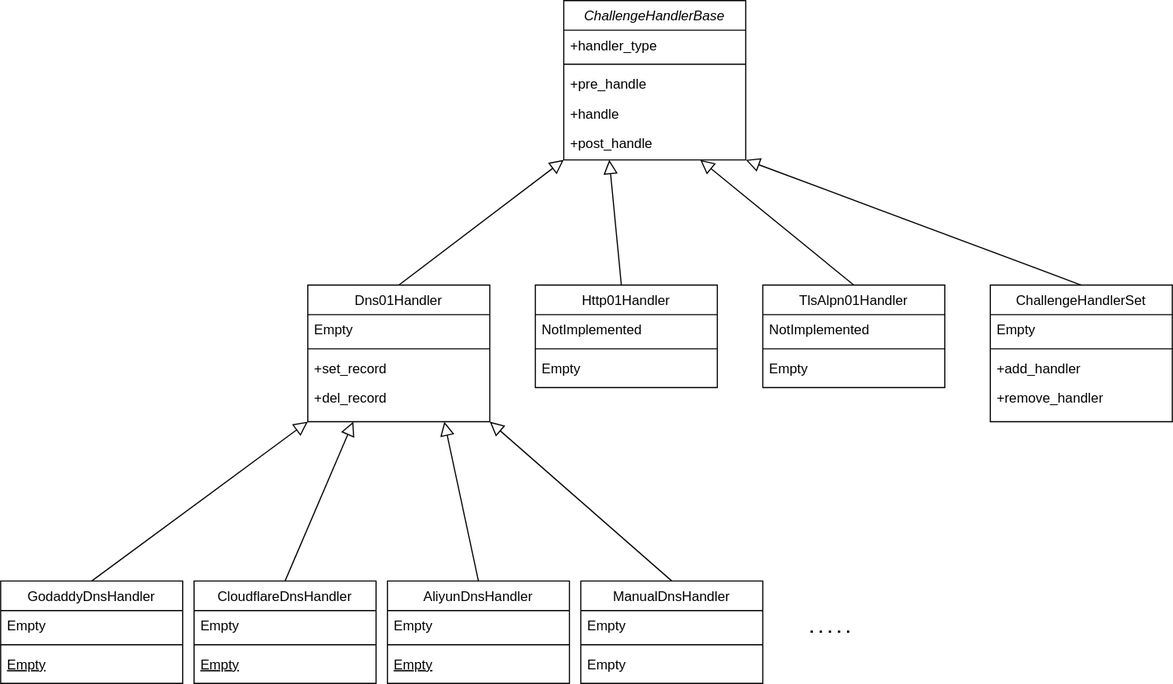
Above: docs/raw/developer/challenge_handlers/ChallengeHandler.drawio.svg in CBPJ/AcmeN (draw.io), before the change. Source tidied: cells renumbered, new cells last; positions are measured from the earlier drawing's top-left corner, leaving out a move shared by most shapes.
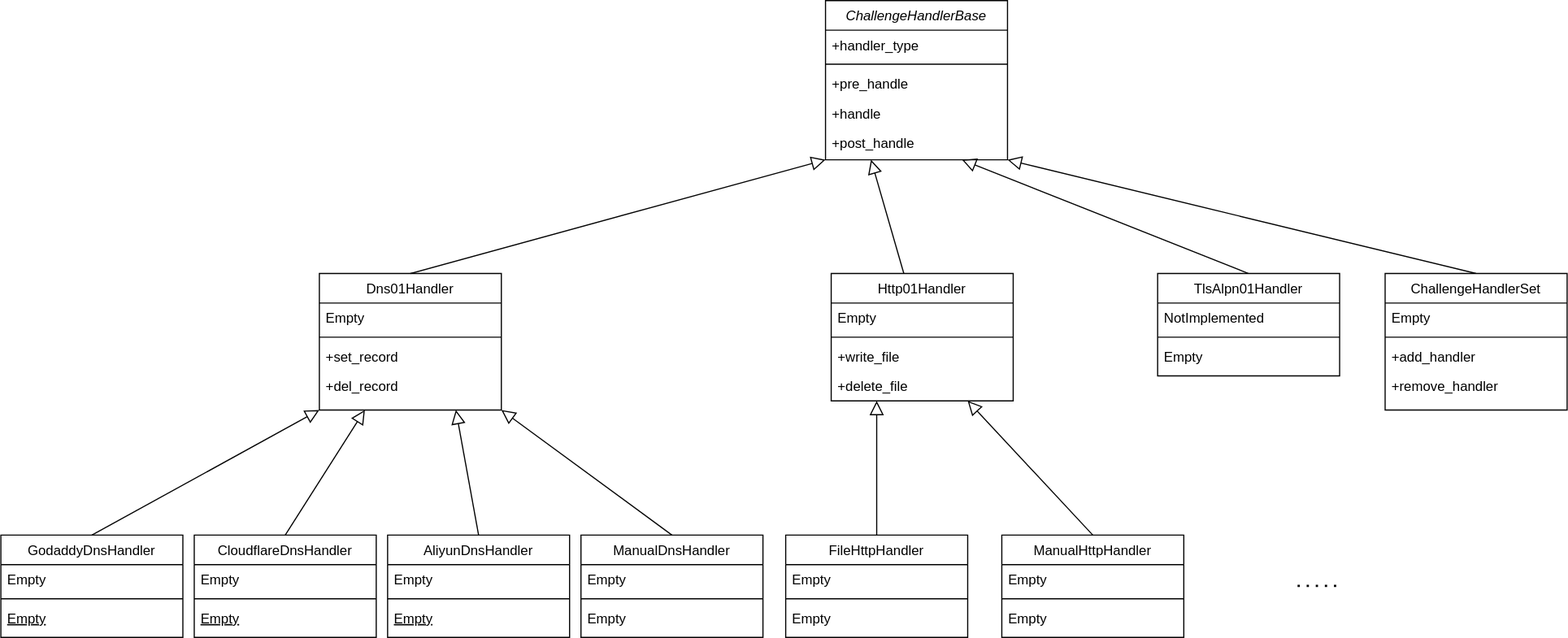
The same file after the commit.

Commit message:
add Http01Handler and ManualHttpHandler

update docs

The edit, as a diff of the source:
```diff
@@ -3,7 +3,7 @@
     <mxCell id="0" />
     <mxCell id="1" parent="0" />
     <mxCell id="2" value="ChallengeHandlerBase" style="swimlane;fontStyle=2;align=center;verticalAlign=top;horizontal=1;startSize=26;rounded=0;shadow=0;strokeWidth=1;" parent="1" vertex="1">
-      <mxGeometry x="495" width="160" height="140" as="geometry" />
+      <mxGeometry x="725" width="160" height="140" as="geometry" />
     </mxCell>
     <mxCell id="3" value="+handler_type" style="text;align=left;verticalAlign=top;spacingLeft=4;spacingRight=4;overflow=hidden;" parent="2" vertex="1">
       <mxGeometry y="26" width="160" height="26" as="geometry" />
@@ -21,7 +21,7 @@
       <mxGeometry y="112" width="160" height="26" as="geometry" />
     </mxCell>
     <mxCell id="8" value="Dns01Handler" style="swimlane;fontStyle=0;align=center;verticalAlign=top;horizontal=1;startSize=26;rounded=0;shadow=0;strokeWidth=1;" parent="1" vertex="1">
-      <mxGeometry x="270" y="250" width="160" height="120" as="geometry" />
+      <mxGeometry x="280" y="240" width="160" height="120" as="geometry" />
     </mxCell>
     <mxCell id="9" value="Empty" style="text;align=left;verticalAlign=top;spacingLeft=4;spacingRight=4;overflow=hidden;rounded=0;shadow=0;html=0;" parent="8" vertex="1">
       <mxGeometry y="26" width="160" height="26" as="geometry" />
@@ -39,17 +39,20 @@
       <mxGeometry relative="1" as="geometry" />
     </mxCell>
     <mxCell id="14" value="Http01Handler" style="swimlane;fontStyle=0;align=center;verticalAlign=top;horizontal=1;startSize=26;rounded=0;shadow=0;strokeWidth=1;" parent="1" vertex="1">
-      <mxGeometry x="470" y="250" width="160" height="90" as="geometry" />
+      <mxGeometry x="730" y="240" width="160" height="112" as="geometry" />
     </mxCell>
-    <mxCell id="15" value="NotImplemented" style="text;align=left;verticalAlign=top;spacingLeft=4;spacingRight=4;overflow=hidden;" parent="14" vertex="1">
+    <mxCell id="15" value="Empty" style="text;align=left;verticalAlign=top;spacingLeft=4;spacingRight=4;overflow=hidden;" parent="14" vertex="1">
       <mxGeometry y="26" width="160" height="26" as="geometry" />
     </mxCell>
     <mxCell id="16" style="line;html=1;strokeWidth=1;align=left;verticalAlign=middle;spacingTop=-1;spacingLeft=3;spacingRight=3;labelPosition=right;" parent="14" vertex="1">
       <mxGeometry y="52" width="160" height="8" as="geometry" />
     </mxCell>
-    <mxCell id="17" value="Empty" style="text;strokeColor=none;fillColor=none;align=left;verticalAlign=top;spacingLeft=4;spacingRight=4;overflow=hidden;" parent="14" vertex="1">
+    <mxCell id="17" value="+write_file" style="text;strokeColor=none;fillColor=none;align=left;verticalAlign=top;spacingLeft=4;spacingRight=4;overflow=hidden;" parent="14" vertex="1">
       <mxGeometry y="60" width="160" height="26" as="geometry" />
     </mxCell>
+    <mxCell id="51" value="+delete_file" style="text;strokeColor=none;fillColor=none;align=left;verticalAlign=top;spacingLeft=4;spacingRight=4;overflow=hidden;" parent="14" vertex="1">
+      <mxGeometry y="86" width="160" height="26" as="geometry" />
+    </mxCell>
     <mxCell id="18" style="endArrow=block;endSize=10;endFill=0;shadow=0;strokeWidth=1;rounded=0;elbow=vertical;entryX=0.25;entryY=1;entryDx=0;entryDy=0;" parent="1" edge="1" source="14" target="2">
       <mxGeometry relative="1" as="geometry" />
     </mxCell>
@@ -60,7 +63,7 @@
       <mxGeometry relative="1" as="geometry" />
     </mxCell>
     <mxCell id="21" value="GodaddyDnsHandler" style="swimlane;fontStyle=0;align=center;verticalAlign=top;horizontal=1;startSize=26;rounded=0;shadow=0;strokeWidth=1;" parent="1" vertex="1">
-      <mxGeometry y="510" width="160" height="90" as="geometry" />
+      <mxGeometry y="470" width="160" height="90" as="geometry" />
     </mxCell>
     <mxCell id="22" value="Empty" style="text;align=left;verticalAlign=top;spacingLeft=4;spacingRight=4;overflow=hidden;rounded=0;shadow=0;html=0;" parent="21" vertex="1">
       <mxGeometry y="26" width="160" height="26" as="geometry" />
@@ -75,7 +78,7 @@
       <mxGeometry relative="1" as="geometry" />
     </mxCell>
     <mxCell id="26" value="CloudflareDnsHandler" style="swimlane;fontStyle=0;align=center;verticalAlign=top;horizontal=1;startSize=26;rounded=0;shadow=0;strokeWidth=1;" parent="1" vertex="1">
-      <mxGeometry x="170" y="510" width="160" height="90" as="geometry" />
+      <mxGeometry x="170" y="470" width="160" height="90" as="geometry" />
     </mxCell>
     <mxCell id="27" value="Empty" style="text;align=left;verticalAlign=top;spacingLeft=4;spacingRight=4;overflow=hidden;rounded=0;shadow=0;html=0;" parent="26" vertex="1">
       <mxGeometry y="26" width="160" height="26" as="geometry" />
@@ -90,7 +93,7 @@
       <mxGeometry relative="1" as="geometry" />
     </mxCell>
     <mxCell id="31" value="AliyunDnsHandler" style="swimlane;fontStyle=0;align=center;verticalAlign=top;horizontal=1;startSize=26;rounded=0;shadow=0;strokeWidth=1;" parent="1" vertex="1">
-      <mxGeometry x="340" y="510" width="160" height="90" as="geometry" />
+      <mxGeometry x="340" y="470" width="160" height="90" as="geometry" />
     </mxCell>
     <mxCell id="32" value="Empty" style="text;align=left;verticalAlign=top;spacingLeft=4;spacingRight=4;overflow=hidden;rounded=0;shadow=0;html=0;" parent="31" vertex="1">
       <mxGeometry y="26" width="160" height="26" as="geometry" />
@@ -105,7 +108,7 @@
       <mxGeometry relative="1" as="geometry" />
     </mxCell>
     <mxCell id="36" value="ManualDnsHandler" style="swimlane;fontStyle=0;align=center;verticalAlign=top;horizontal=1;startSize=26;rounded=0;shadow=0;strokeWidth=1;" parent="1" vertex="1">
-      <mxGeometry x="510" y="510" width="160" height="90" as="geometry" />
+      <mxGeometry x="510" y="470" width="160" height="90" as="geometry" />
     </mxCell>
     <mxCell id="37" value="Empty" style="text;align=left;verticalAlign=top;spacingLeft=4;spacingRight=4;overflow=hidden;" parent="36" vertex="1">
       <mxGeometry y="26" width="160" height="26" as="geometry" />
@@ -120,7 +123,7 @@
       <mxGeometry relative="1" as="geometry" />
     </mxCell>
     <mxCell id="41" value="ChallengeHandlerSet" style="swimlane;fontStyle=0;align=center;verticalAlign=top;horizontal=1;startSize=26;rounded=0;shadow=0;strokeWidth=1;" parent="1" vertex="1">
-      <mxGeometry x="870" y="250" width="160" height="120" as="geometry" />
+      <mxGeometry x="1217" y="240" width="160" height="120" as="geometry" />
     </mxCell>
     <mxCell id="42" value="Empty" style="text;align=left;verticalAlign=top;spacingLeft=4;spacingRight=4;overflow=hidden;" parent="41" vertex="1">
       <mxGeometry y="26" width="160" height="26" as="geometry" />
@@ -135,7 +138,7 @@
       <mxGeometry y="86" width="160" height="26" as="geometry" />
     </mxCell>
     <mxCell id="46" value="TlsAlpn01Handler" style="swimlane;fontStyle=0;align=center;verticalAlign=top;horizontal=1;startSize=26;rounded=0;shadow=0;strokeWidth=1;" parent="1" vertex="1">
-      <mxGeometry x="670" y="250" width="160" height="90" as="geometry" />
+      <mxGeometry x="1017" y="240" width="160" height="90" as="geometry" />
     </mxCell>
     <mxCell id="47" value="NotImplemented" style="text;align=left;verticalAlign=top;spacingLeft=4;spacingRight=4;overflow=hidden;" parent="46" vertex="1">
       <mxGeometry y="26" width="160" height="26" as="geometry" />
@@ -148,9 +151,39 @@
     </mxCell>
     <mxCell id="50" style="endArrow=none;dashed=1;html=1;dashPattern=1 3;strokeWidth=2;rounded=0;" parent="1" edge="1">
       <mxGeometry relative="1" as="geometry">
-        <mxPoint x="712" y="554.5" as="sourcePoint" />
-        <mxPoint x="752" y="554.5" as="targetPoint" />
+        <mxPoint x="1140" y="514.7" as="sourcePoint" />
+        <mxPoint x="1180" y="514.7" as="targetPoint" />
       </mxGeometry>
     </mxCell>
+    <mxCell id="52" style="rounded=0;jettySize=auto;html=1;exitX=0.5;exitY=0;exitDx=0;exitDy=0;endArrow=block;shadow=0;strokeWidth=1;endFill=0;endSize=10;entryX=0.25;entryY=1;entryDx=0;entryDy=0;" parent="1" edge="1" source="53" target="14">
+      <mxGeometry relative="1" as="geometry" />
+    </mxCell>
+    <mxCell id="53" value="FileHttpHandler" style="swimlane;fontStyle=0;align=center;verticalAlign=top;horizontal=1;startSize=26;rounded=0;shadow=0;strokeWidth=1;" parent="1" vertex="1">
+      <mxGeometry x="690" y="470" width="160" height="90" as="geometry" />
+    </mxCell>
+    <mxCell id="54" value="Empty" style="text;align=left;verticalAlign=top;spacingLeft=4;spacingRight=4;overflow=hidden;" parent="53" vertex="1">
+      <mxGeometry y="26" width="160" height="26" as="geometry" />
+    </mxCell>
+    <mxCell id="55" style="line;html=1;strokeWidth=1;align=left;verticalAlign=middle;spacingTop=-1;spacingLeft=3;spacingRight=3;labelPosition=right;" parent="53" vertex="1">
+      <mxGeometry y="52" width="160" height="8" as="geometry" />
+    </mxCell>
+    <mxCell id="56" value="Empty" style="text;strokeColor=none;fillColor=none;align=left;verticalAlign=top;spacingLeft=4;spacingRight=4;overflow=hidden;" parent="53" vertex="1">
+      <mxGeometry y="60" width="160" height="26" as="geometry" />
+    </mxCell>
+    <mxCell id="57" style="edgeStyle=none;rounded=0;jettySize=auto;html=1;exitX=0.5;exitY=0;exitDx=0;exitDy=0;entryX=0.75;entryY=1;entryDx=0;entryDy=0;endArrow=block;shadow=0;strokeWidth=1;endFill=0;endSize=10;" parent="1" edge="1" source="58" target="14">
+      <mxGeometry relative="1" as="geometry" />
+    </mxCell>
+    <mxCell id="58" value="ManualHttpHandler" style="swimlane;fontStyle=0;align=center;verticalAlign=top;horizontal=1;startSize=26;rounded=0;shadow=0;strokeWidth=1;" parent="1" vertex="1">
+      <mxGeometry x="880" y="470" width="160" height="90" as="geometry" />
+    </mxCell>
+    <mxCell id="59" value="Empty" style="text;align=left;verticalAlign=top;spacingLeft=4;spacingRight=4;overflow=hidden;" parent="58" vertex="1">
+      <mxGeometry y="26" width="160" height="26" as="geometry" />
+    </mxCell>
+    <mxCell id="60" style="line;html=1;strokeWidth=1;align=left;verticalAlign=middle;spacingTop=-1;spacingLeft=3;spacingRight=3;labelPosition=right;" parent="58" vertex="1">
+      <mxGeometry y="52" width="160" height="8" as="geometry" />
+    </mxCell>
+    <mxCell id="61" value="Empty" style="text;strokeColor=none;fillColor=none;align=left;verticalAlign=top;spacingLeft=4;spacingRight=4;overflow=hidden;" parent="58" vertex="1">
+      <mxGeometry y="60" width="160" height="26" as="geometry" />
+    </mxCell>
   </root>
 </mxGraphModel>
```
